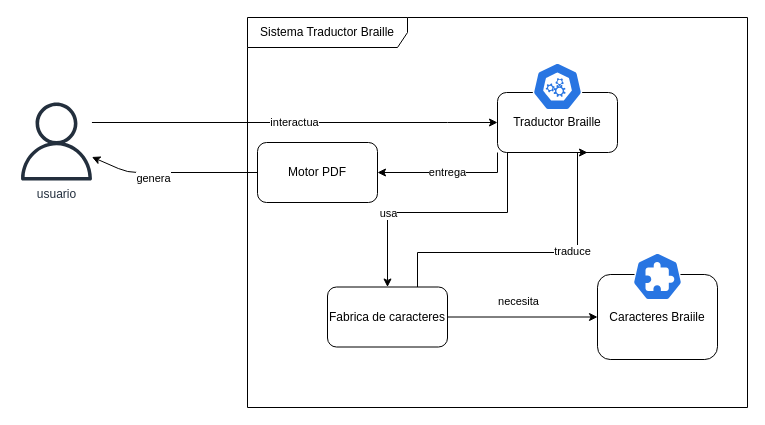
LeonelXD1/TraductorBraille keeps this draw.io diagram as arquitectura/arquitecturaSistemaBraille.drawio. Above is the earlier version. Source tidied: cells renumbered, new cells numbered last; positions are measured from the earlier drawing's top-left corner, leaving out a move shared by most shapes. Both pictures are drawn from the tidied source at 100%, with x=0, y=0 at pixel (17, 17).
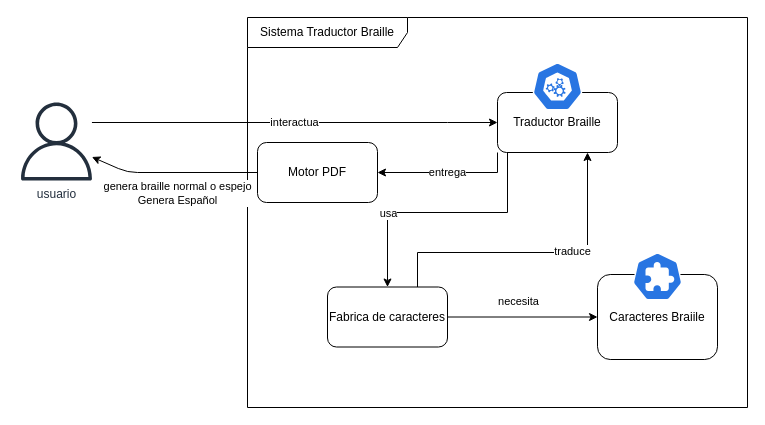
After the change.

The change refers to these unchanged cells:
```xml
<mxCell id="4" value="Sistema Traductor Braille" style="shape=umlFrame;whiteSpace=wrap;html=1;width=160;" parent="1" vertex="1">
  <mxGeometry x="230" width="500" height="390" as="geometry" />
</mxCell>
<mxCell id="7" value="Traductor Braille" style="rounded=1;whiteSpace=wrap;html=1;" parent="4" vertex="1">
  <mxGeometry x="250" y="75" width="120" height="60" as="geometry" />
</mxCell>
<mxCell id="12" value="Fabrica de caracteres" style="rounded=1;whiteSpace=wrap;html=1;" parent="4" vertex="1">
  <mxGeometry x="80" y="269.5" width="120" height="60" as="geometry" />
</mxCell>
<mxCell id="18" style="edgeStyle=none;html=1;" parent="1" edge="1" source="16" target="2">
  <mxGeometry relative="1" as="geometry">
    <Array as="points">
      <mxPoint x="110" y="155" />
    </Array>
  </mxGeometry>
</mxCell>
```

What changed in the source:
```diff
@@
     <mxCell id="10" style="edgeStyle=orthogonalEdgeStyle;rounded=0;jettySize=auto;html=1;entryX=0.75;entryY=1;entryDx=0;entryDy=0;exitX=0.75;exitY=0;exitDx=0;exitDy=0;" parent="4" edge="1" source="12" target="7">
       <mxGeometry relative="1" as="geometry">
         <Array as="points">
           <mxPoint x="170" y="235" />
-          <mxPoint x="330" y="235" />
-          <mxPoint x="330" y="135" />
+          <mxPoint x="340" y="235" />
         </Array>
       </mxGeometry>
     </mxCell>
@@
-    <mxCell id="19" value="genera" style="edgeLabel;html=1;align=center;verticalAlign=middle;" parent="18" vertex="1">
+    <mxCell id="19" value="genera braille normal o espejo&lt;br&gt;&lt;div&gt;&lt;div&gt;Genera Español&lt;/div&gt;&lt;/div&gt;" style="edgeLabel;html=1;align=center;verticalAlign=middle;" parent="18" vertex="1">
       <mxGeometry x="-0.21" y="-3" relative="1" as="geometry">
-        <mxPoint x="-38" y="8" as="offset" />
+        <mxPoint x="-14" y="23" as="offset" />
       </mxGeometry>
     </mxCell>
```
